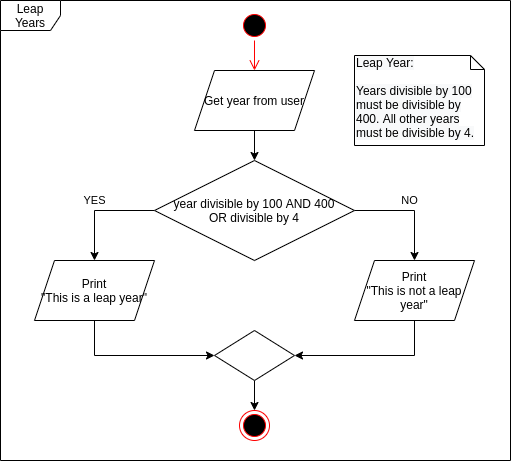
RoraRaptor/NTNU-IDATT1001 keeps this draw.io diagram as Assignment_2/leap_years.png. Above is the earlier version. Source tidied: cells renumbered, new cells last; positions are measured from the earlier drawing's top-left corner, leaving out a move shared by most shapes.
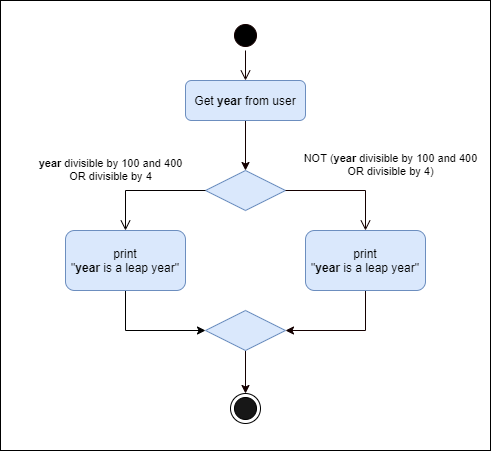
The same file after the commit.

Change to the diagram source:
```diff
@@ -1,56 +1,59 @@
-<mxGraphModel>
+<mxGraphModel background="#ffffff">
   <root>
     <mxCell id="0" />
     <mxCell id="1" parent="0" />
-    <mxCell id="2" value="YES" style="edgeStyle=orthogonalEdgeStyle;rounded=0;jettySize=auto;html=1;exitX=0;exitY=0.5;exitDx=0;exitDy=0;" parent="1" edge="1" source="4" target="8">
-      <mxGeometry x="0.09" y="-10" relative="1" as="geometry">
-        <mxPoint x="10" y="-10" as="offset" />
-      </mxGeometry>
+    <mxCell id="2" style="ellipse;html=1;shape=startState;fillColor=#000000;strokeColor=#140000;" parent="1" vertex="1">
+      <mxGeometry x="320" width="30" height="30" as="geometry" />
     </mxCell>
-    <mxCell id="3" value="NO" style="edgeStyle=orthogonalEdgeStyle;rounded=0;jettySize=auto;html=1;exitX=1;exitY=0.5;exitDx=0;exitDy=0;" parent="1" edge="1" source="4" target="10">
-      <mxGeometry x="0.02" y="10" relative="1" as="geometry" />
+    <mxCell id="3" style="edgeStyle=orthogonalEdgeStyle;html=1;verticalAlign=bottom;endArrow=open;endSize=8;strokeColor=#140000;" parent="1" edge="1" source="2" target="5">
+      <mxGeometry relative="1" as="geometry" />
     </mxCell>
-    <mxCell id="4" value="year divisible by 100 AND 400&lt;br&gt;OR divisible by 4" style="rhombus;whiteSpace=wrap;html=1;" parent="1" vertex="1">
-      <mxGeometry x="154" y="160" width="200" height="100" as="geometry" />
+    <mxCell id="4" style="edgeStyle=orthogonalEdgeStyle;rounded=0;jettySize=auto;html=1;entryX=0.5;entryY=0;entryDx=0;entryDy=0;strokeColor=#140000;" parent="1" edge="1" source="5" target="6">
+      <mxGeometry relative="1" as="geometry" />
     </mxCell>
-    <mxCell id="5" style="edgeStyle=orthogonalEdgeStyle;rounded=0;jettySize=auto;html=1;exitX=0.5;exitY=1;exitDx=0;exitDy=0;" parent="1" edge="1" source="6" target="4">
-      <mxGeometry relative="1" as="geometry" />
+    <mxCell id="5" value="Get &lt;b&gt;year&lt;/b&gt; from user" style="rounded=1;whiteSpace=wrap;html=1;strokeColor=#6c8ebf;fillColor=#dae8fc;" parent="1" vertex="1">
+      <mxGeometry x="275" y="60" width="120" height="40" as="geometry" />
     </mxCell>
-    <mxCell id="6" value="Get year from user" style="shape=parallelogram;perimeter=parallelogramPerimeter;whiteSpace=wrap;html=1;fixedSize=1;" parent="1" vertex="1">
-      <mxGeometry x="194" y="70" width="120" height="60" as="geometry" />
+    <mxCell id="6" style="rhombus;whiteSpace=wrap;html=1;fillColor=#dae8fc;strokeColor=#6c8ebf;" parent="1" vertex="1">
+      <mxGeometry x="295" y="150" width="80" height="40" as="geometry" />
     </mxCell>
-    <mxCell id="7" style="edgeStyle=orthogonalEdgeStyle;rounded=0;jettySize=auto;html=1;entryX=0;entryY=0.5;entryDx=0;entryDy=0;exitX=0.5;exitY=1;exitDx=0;exitDy=0;" parent="1" edge="1" source="8" target="12">
-      <mxGeometry relative="1" as="geometry" />
+    <mxCell id="7" value="NOT (&lt;b&gt;year&lt;/b&gt; divisible by 100 and 400&lt;br&gt;OR divisible by 4)" style="edgeStyle=orthogonalEdgeStyle;html=1;align=center;verticalAlign=bottom;endArrow=open;endSize=8;entryX=0.5;entryY=0;entryDx=0;entryDy=0;strokeColor=#140000;rounded=0;" parent="1" edge="1" source="6" target="14">
+      <mxGeometry x="0.33" y="27" relative="1" as="geometry">
+        <mxPoint x="-2" y="-10" as="offset" />
+      </mxGeometry>
     </mxCell>
-    <mxCell id="8" value="Print&lt;br&gt;&quot;This is a leap year&quot;" style="shape=parallelogram;perimeter=parallelogramPerimeter;whiteSpace=wrap;html=1;fixedSize=1;" parent="1" vertex="1">
-      <mxGeometry x="34" y="260" width="120" height="60" as="geometry" />
+    <mxCell id="8" value="&lt;b&gt;year&lt;/b&gt; divisible by 100 and 400&lt;br&gt;OR divisible by 4" style="edgeStyle=orthogonalEdgeStyle;html=1;align=center;verticalAlign=top;endArrow=open;endSize=8;exitX=0;exitY=0.5;exitDx=0;exitDy=0;entryX=0.5;entryY=0;entryDx=0;entryDy=0;rounded=0;strokeColor=#050000;" parent="1" edge="1" source="6" target="12">
+      <mxGeometry x="0.33" y="-43" relative="1" as="geometry">
+        <mxPoint x="28" y="-40" as="offset" />
+      </mxGeometry>
     </mxCell>
-    <mxCell id="9" style="edgeStyle=orthogonalEdgeStyle;rounded=0;jettySize=auto;html=1;exitX=0.5;exitY=1;exitDx=0;exitDy=0;entryX=1;entryY=0.5;entryDx=0;entryDy=0;" parent="1" edge="1" source="10" target="12">
+    <mxCell id="9" style="edgeStyle=orthogonalEdgeStyle;rounded=0;jettySize=auto;html=1;strokeColor=#140000;align=center;" parent="1" edge="1" source="10" target="15">
       <mxGeometry relative="1" as="geometry" />
     </mxCell>
-    <mxCell id="10" value="Print&lt;br&gt;&quot;This is not a leap year&quot;" style="shape=parallelogram;perimeter=parallelogramPerimeter;whiteSpace=wrap;html=1;fixedSize=1;" parent="1" vertex="1">
-      <mxGeometry x="354" y="260" width="120" height="60" as="geometry" />
+    <mxCell id="10" style="rhombus;whiteSpace=wrap;html=1;fillColor=#dae8fc;strokeColor=#6c8ebf;" parent="1" vertex="1">
+      <mxGeometry x="295" y="290" width="80" height="40" as="geometry" />
     </mxCell>
-    <mxCell id="11" style="edgeStyle=orthogonalEdgeStyle;rounded=0;jettySize=auto;html=1;exitX=0.5;exitY=1;exitDx=0;exitDy=0;" parent="1" edge="1" source="12" target="15">
+    <mxCell id="11" style="edgeStyle=orthogonalEdgeStyle;rounded=0;jettySize=auto;html=1;align=center;entryX=0;entryY=0.5;entryDx=0;entryDy=0;exitX=0.5;exitY=1;exitDx=0;exitDy=0;" parent="1" edge="1" source="12" target="10">
       <mxGeometry relative="1" as="geometry" />
     </mxCell>
-    <mxCell id="12" style="rhombus;whiteSpace=wrap;html=1;" parent="1" vertex="1">
-      <mxGeometry x="214" y="330" width="80" height="50" as="geometry" />
+    <mxCell id="12" value="print&lt;br&gt;&quot;&lt;b&gt;year&lt;/b&gt; is a leap year&quot;" style="rounded=1;whiteSpace=wrap;html=1;fillColor=#dae8fc;strokeColor=#6c8ebf;" parent="1" vertex="1">
+      <mxGeometry x="155" y="210" width="120" height="60" as="geometry" />
     </mxCell>
-    <mxCell id="13" style="ellipse;html=1;shape=startState;fillColor=#000000;strokeColor=#ff0000;" parent="1" vertex="1">
-      <mxGeometry x="239" y="10" width="30" height="30" as="geometry" />
+    <mxCell id="13" style="edgeStyle=orthogonalEdgeStyle;rounded=0;jettySize=auto;html=1;align=center;entryX=1;entryY=0.5;entryDx=0;entryDy=0;strokeColor=#140000;" parent="1" edge="1" source="14" target="10">
+      <mxGeometry relative="1" as="geometry">
+        <Array as="points">
+          <mxPoint x="455" y="310" />
+        </Array>
+      </mxGeometry>
     </mxCell>
-    <mxCell id="14" style="edgeStyle=orthogonalEdgeStyle;html=1;verticalAlign=bottom;endArrow=open;endSize=8;strokeColor=#ff0000;" parent="1" edge="1" source="13" target="6">
-      <mxGeometry relative="1" as="geometry" />
+    <mxCell id="14" value="print&lt;br&gt;&quot;&lt;b&gt;year&lt;/b&gt; is a leap year&quot;" style="rounded=1;whiteSpace=wrap;html=1;strokeColor=#6c8ebf;fillColor=#dae8fc;" parent="1" vertex="1">
+      <mxGeometry x="395" y="210" width="120" height="60" as="geometry" />
     </mxCell>
-    <mxCell id="15" style="ellipse;html=1;shape=endState;fillColor=#000000;strokeColor=#ff0000;" parent="1" vertex="1">
-      <mxGeometry x="239" y="410" width="30" height="30" as="geometry" />
+    <mxCell id="15" style="ellipse;html=1;shape=endState;fillColor=#171717;strokeWidth=1;perimeterSpacing=0;shadow=0;sketch=0;" parent="1" vertex="1">
+      <mxGeometry x="320" y="373" width="30" height="30" as="geometry" />
     </mxCell>
-    <mxCell id="16" value="&lt;meta charset=&quot;utf-8&quot;&gt;&lt;span style=&quot;color: rgb(0, 0, 0); font-family: helvetica; font-size: 12px; font-style: normal; font-weight: 400; letter-spacing: normal; text-align: left; text-indent: 0px; text-transform: none; word-spacing: 0px; background-color: rgb(248, 249, 250); display: inline; float: none;&quot;&gt;Leap Year:&lt;/span&gt;&lt;br style=&quot;color: rgb(0, 0, 0); font-family: helvetica; font-size: 12px; font-style: normal; font-weight: 400; letter-spacing: normal; text-align: left; text-indent: 0px; text-transform: none; word-spacing: 0px; background-color: rgb(248, 249, 250);&quot;&gt;&lt;br style=&quot;color: rgb(0, 0, 0); font-family: helvetica; font-size: 12px; font-style: normal; font-weight: 400; letter-spacing: normal; text-align: left; text-indent: 0px; text-transform: none; word-spacing: 0px; background-color: rgb(248, 249, 250);&quot;&gt;&lt;span style=&quot;color: rgb(0, 0, 0); font-family: helvetica; font-size: 12px; font-style: normal; font-weight: 400; letter-spacing: normal; text-align: left; text-indent: 0px; text-transform: none; word-spacing: 0px; background-color: rgb(248, 249, 250); display: inline; float: none;&quot;&gt;Years divisible by 100 must be divisible by 400. All other years must be divisible by 4.&lt;/span&gt;" style="shape=note;whiteSpace=wrap;html=1;size=14;verticalAlign=top;align=left;spacingTop=-6;" parent="1" vertex="1">
-      <mxGeometry x="354" y="55" width="130" height="90" as="geometry" />
+    <mxCell id="16" style="rounded=0;whiteSpace=wrap;html=1;shadow=0;sketch=0;strokeColor=#000000;strokeWidth=1;fillColor=none;" parent="1" vertex="1">
+      <mxGeometry x="90" y="-20" width="490" height="450" as="geometry" />
     </mxCell>
-    <mxCell id="17" value="Leap Years" style="shape=umlFrame;whiteSpace=wrap;html=1;" parent="1" vertex="1">
-      <mxGeometry width="510" height="460" as="geometry" />
-    </mxCell>
   </root>
 </mxGraphModel>
```
